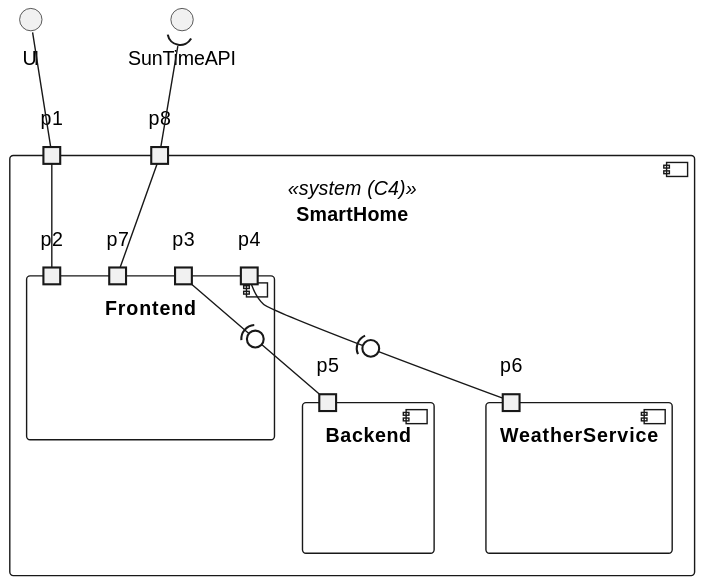
Above: docs/C4_4plus1_models/Level2/ImplementationView/ImplementationViewLevel2_v1.svg in moutajDev/smarthome (PlantUML), before the change.
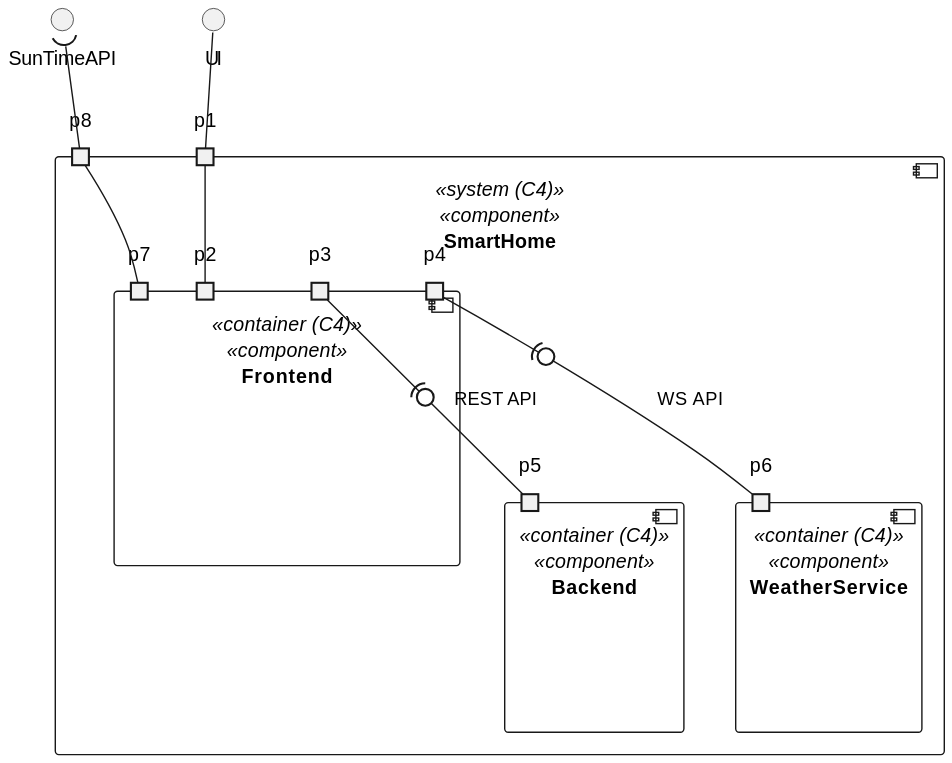
The same diagram one commit later.

Diff of the diagram source:
```diff
@@ -1,21 +1,21 @@
 @startuml
-component SmartHome <<system (C4)>> {
+component SmartHome <<system (C4)>><<component>> {
 
     port p1
     port p8
 
-    component Frontend {
+    component Frontend <<container (C4)>><<component>> {
         port p2
         port p3
         port p4
         port p7
     }
 
-    component Backend {
+    component Backend <<container (C4)>><<component>>  {
             port p5
         }
 
-    component WeatherService {
+    component WeatherService <<container (C4)>><<component>>  {
 
             port p6
         }
@@ -23,8 +23,8 @@
 
 p1 -up- UI
 p1 - p2
-p3 -(0- p5
-p4 -(0- p6
+p3 -(0- p5 : REST API
+p4 -(0- p6 : WS API
 p7 -down- p8
 p8 -up-( SunTimeAPI
 @enduml
```
